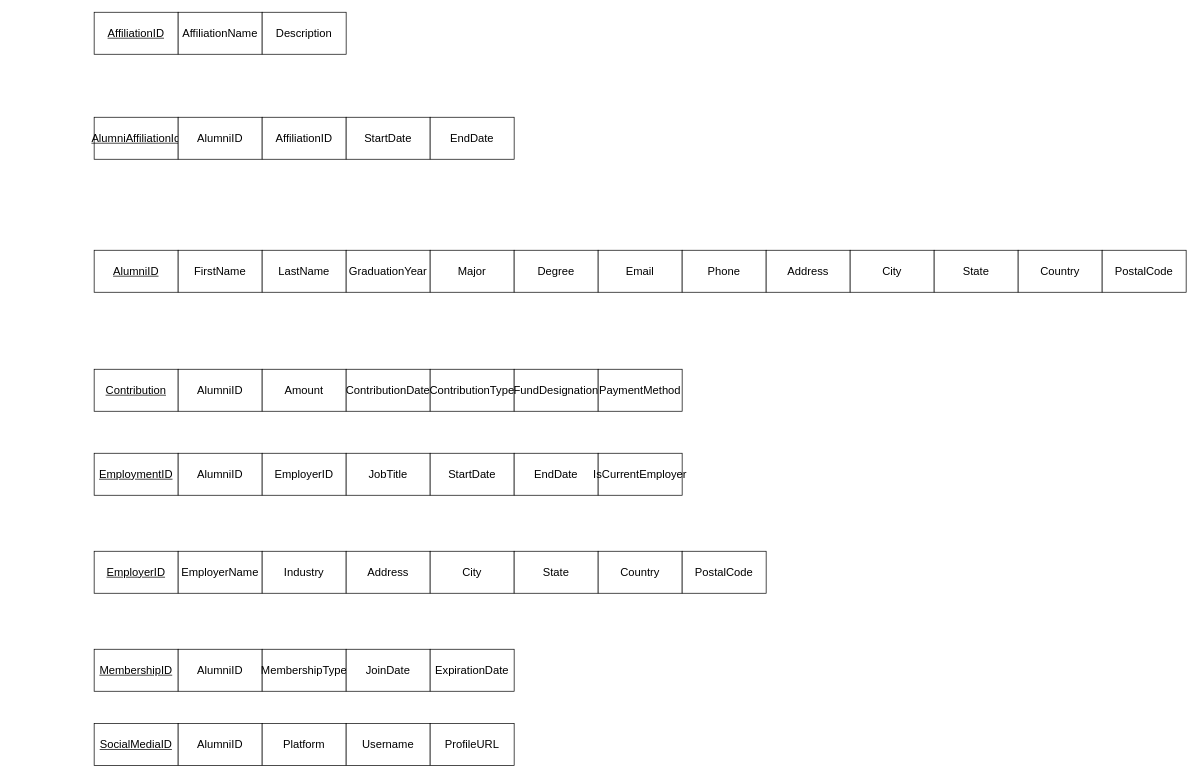
The draw.io diagram Untitled Diagram.drawio in tanneruzzell/Cadence, before the edit. Source tidied: cells renumbered, new cells numbered last; positions are measured from the earlier drawing's top-left corner, leaving out a move shared by most shapes. Both pictures are drawn from the tidied source at 70%, with x=0, y=0 at pixel (94, 12).
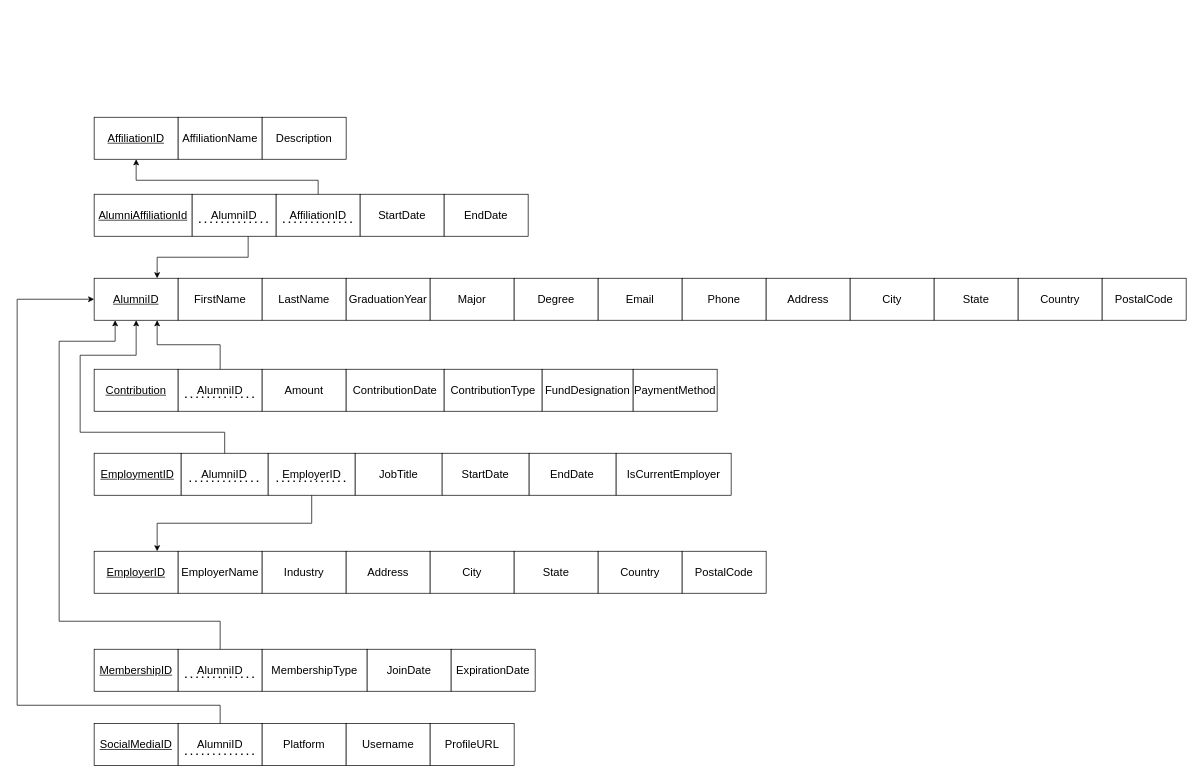
The same page after the edit.

The change refers to these unchanged cells:
```xml
<mxCell id="2" style="group;labelBackgroundColor=none;" parent="1" vertex="1">
  <mxGeometry y="1016" width="600" height="60" as="geometry" />
</mxCell>
<mxCell id="4" value="AlumniID" style="rounded=0;whiteSpace=wrap;html=1;fontSize=16;labelBackgroundColor=none;" parent="2" vertex="1">
  <mxGeometry x="120" width="120" height="60" as="geometry" />
</mxCell>
<mxCell id="8" style="group;labelBackgroundColor=none;" parent="1" vertex="1">
  <mxGeometry y="910" width="600" height="60" as="geometry" />
</mxCell>
<mxCell id="10" value="AlumniID" style="rounded=0;whiteSpace=wrap;html=1;fontSize=16;labelBackgroundColor=none;" parent="8" vertex="1">
  <mxGeometry x="120" width="120" height="60" as="geometry" />
</mxCell>
<mxCell id="15" value="&lt;u&gt;EmployerID&lt;/u&gt;" style="rounded=0;whiteSpace=wrap;html=1;fontSize=16;labelBackgroundColor=none;" parent="14" vertex="1">
  <mxGeometry width="120" height="60" as="geometry" />
</mxCell>
<mxCell id="31" style="group;labelBackgroundColor=none;" parent="1" vertex="1">
  <mxGeometry y="510" width="840" height="60" as="geometry" />
</mxCell>
<mxCell id="33" value="AlumniID" style="rounded=0;whiteSpace=wrap;html=1;fontSize=16;labelBackgroundColor=none;" parent="31" vertex="1">
  <mxGeometry x="120" width="120" height="60" as="geometry" />
</mxCell>
<mxCell id="40" value="&lt;u&gt;AlumniID&lt;/u&gt;" style="rounded=0;whiteSpace=wrap;html=1;fontSize=16;labelBackgroundColor=none;" parent="39" vertex="1">
  <mxGeometry width="120" height="60" as="geometry" />
</mxCell>
<mxCell id="60" value="&lt;u&gt;AffiliationID&lt;/u&gt;" style="rounded=0;whiteSpace=wrap;html=1;fontSize=16;labelBackgroundColor=none;" parent="59" vertex="1">
  <mxGeometry width="120" height="60" as="geometry" />
</mxCell>
```

The edit, as a diff of the source:
```diff
@@
+    <mxCell id="63" style="endArrow=none;dashed=1;html=1;dashPattern=1 3;strokeWidth=2;rounded=0;" parent="2" edge="1">
+      <mxGeometry relative="1" as="geometry">
+        <mxPoint x="130" y="44" as="sourcePoint" />
+        <mxPoint x="230" y="44" as="targetPoint" />
+      </mxGeometry>
+    </mxCell>
@@
     <mxCell id="11" value="MembershipType" style="rounded=0;whiteSpace=wrap;html=1;fontSize=16;labelBackgroundColor=none;" parent="8" vertex="1">
-      <mxGeometry x="240" width="120" height="60" as="geometry" />
+      <mxGeometry x="240" width="150" height="60" as="geometry" />
     </mxCell>
     <mxCell id="12" value="JoinDate" style="rounded=0;whiteSpace=wrap;html=1;fontSize=16;labelBackgroundColor=none;" parent="8" vertex="1">
-      <mxGeometry x="360" width="120" height="60" as="geometry" />
+      <mxGeometry x="390" width="120" height="60" as="geometry" />
     </mxCell>
     <mxCell id="13" value="ExpirationDate" style="rounded=0;whiteSpace=wrap;html=1;fontSize=16;labelBackgroundColor=none;" parent="8" vertex="1">
-      <mxGeometry x="480" width="120" height="60" as="geometry" />
+      <mxGeometry x="510" width="120" height="60" as="geometry" />
     </mxCell>
+    <mxCell id="64" style="endArrow=none;dashed=1;html=1;dashPattern=1 3;strokeWidth=2;rounded=0;" parent="8" edge="1">
+      <mxGeometry relative="1" as="geometry">
+        <mxPoint x="130" y="40" as="sourcePoint" />
+        <mxPoint x="230" y="40" as="targetPoint" />
+      </mxGeometry>
+    </mxCell>
@@
     <mxCell id="23" style="group;labelBackgroundColor=none;" parent="1" vertex="1">
-      <mxGeometry y="630" width="840" height="60" as="geometry" />
+      <mxGeometry y="630" width="910" height="60" as="geometry" />
     </mxCell>
     <mxCell id="24" value="&lt;u&gt;EmploymentID&lt;/u&gt;" style="rounded=0;whiteSpace=wrap;html=1;fontSize=16;labelBackgroundColor=none;" parent="23" vertex="1">
-      <mxGeometry width="120" height="60" as="geometry" />
+      <mxGeometry width="124.3" height="60" as="geometry" />
     </mxCell>
     <mxCell id="25" value="AlumniID" style="rounded=0;whiteSpace=wrap;html=1;fontSize=16;labelBackgroundColor=none;" parent="23" vertex="1">
-      <mxGeometry x="120" width="120" height="60" as="geometry" />
+      <mxGeometry x="124.3" width="124.3" height="60" as="geometry" />
     </mxCell>
     <mxCell id="26" value="EmployerID" style="rounded=0;whiteSpace=wrap;html=1;fontSize=16;labelBackgroundColor=none;" parent="23" vertex="1">
-      <mxGeometry x="240" width="120" height="60" as="geometry" />
+      <mxGeometry x="248.6" width="124.3" height="60" as="geometry" />
     </mxCell>
     <mxCell id="27" value="JobTitle" style="rounded=0;whiteSpace=wrap;html=1;fontSize=16;labelBackgroundColor=none;" parent="23" vertex="1">
-      <mxGeometry x="360" width="120" height="60" as="geometry" />
+      <mxGeometry x="372.9" width="124.3" height="60" as="geometry" />
     </mxCell>
     <mxCell id="28" value="StartDate" style="rounded=0;whiteSpace=wrap;html=1;fontSize=16;labelBackgroundColor=none;" parent="23" vertex="1">
-      <mxGeometry x="480" width="120" height="60" as="geometry" />
+      <mxGeometry x="497.1" width="124.3" height="60" as="geometry" />
     </mxCell>
     <mxCell id="29" value="EndDate" style="rounded=0;whiteSpace=wrap;html=1;fontSize=16;labelBackgroundColor=none;" parent="23" vertex="1">
-      <mxGeometry x="600" width="120" height="60" as="geometry" />
+      <mxGeometry x="621.4" width="124.3" height="60" as="geometry" />
     </mxCell>
     <mxCell id="30" value="IsCurrentEmployer" style="rounded=0;whiteSpace=wrap;html=1;fontSize=16;labelBackgroundColor=none;" parent="23" vertex="1">
-      <mxGeometry x="720" width="120" height="60" as="geometry" />
+      <mxGeometry x="745.7" width="164.3" height="60" as="geometry" />
     </mxCell>
+    <mxCell id="65" style="endArrow=none;dashed=1;html=1;dashPattern=1 3;strokeWidth=2;rounded=0;" parent="23" edge="1">
+      <mxGeometry relative="1" as="geometry">
+        <mxPoint x="136.4" y="40" as="sourcePoint" />
+        <mxPoint x="236.4" y="40" as="targetPoint" />
+      </mxGeometry>
+    </mxCell>
+    <mxCell id="66" style="endArrow=none;dashed=1;html=1;dashPattern=1 3;strokeWidth=2;rounded=0;" parent="23" edge="1">
+      <mxGeometry relative="1" as="geometry">
+        <mxPoint x="260.7" y="40" as="sourcePoint" />
+        <mxPoint x="360.7" y="40" as="targetPoint" />
+      </mxGeometry>
+    </mxCell>
@@
     <mxCell id="35" value="ContributionDate" style="rounded=0;whiteSpace=wrap;html=1;fontSize=16;labelBackgroundColor=none;" parent="31" vertex="1">
-      <mxGeometry x="360" width="120" height="60" as="geometry" />
+      <mxGeometry x="360" width="140" height="60" as="geometry" />
     </mxCell>
     <mxCell id="36" value="ContributionType" style="rounded=0;whiteSpace=wrap;html=1;fontSize=16;labelBackgroundColor=none;" parent="31" vertex="1">
-      <mxGeometry x="480" width="120" height="60" as="geometry" />
+      <mxGeometry x="500" width="140" height="60" as="geometry" />
     </mxCell>
     <mxCell id="37" value="FundDesignation" style="rounded=0;whiteSpace=wrap;html=1;fontSize=16;labelBackgroundColor=none;" parent="31" vertex="1">
-      <mxGeometry x="600" width="120" height="60" as="geometry" />
+      <mxGeometry x="640" width="130" height="60" as="geometry" />
     </mxCell>
     <mxCell id="38" value="PaymentMethod" style="rounded=0;whiteSpace=wrap;html=1;fontSize=16;labelBackgroundColor=none;" parent="31" vertex="1">
-      <mxGeometry x="720" width="120" height="60" as="geometry" />
+      <mxGeometry x="770" width="120" height="60" as="geometry" />
     </mxCell>
+    <mxCell id="67" style="endArrow=none;dashed=1;html=1;dashPattern=1 3;strokeWidth=2;rounded=0;" parent="31" edge="1">
+      <mxGeometry relative="1" as="geometry">
+        <mxPoint x="130" y="40" as="sourcePoint" />
+        <mxPoint x="230" y="40" as="targetPoint" />
+      </mxGeometry>
+    </mxCell>
     <mxCell id="39" style="group;labelBackgroundColor=none;" parent="1" vertex="1">
-      <mxGeometry y="340" width="1560" height="60" as="geometry" />
+      <mxGeometry y="380" width="1560" height="60" as="geometry" />
     </mxCell>
@@
     <mxCell id="53" style="group;labelBackgroundColor=none;" parent="1" vertex="1">
-      <mxGeometry y="150" width="600" height="60" as="geometry" />
+      <mxGeometry y="260" width="600" height="60" as="geometry" />
     </mxCell>
     <mxCell id="54" value="&lt;u&gt;AlumniAffiliationId&lt;/u&gt;" style="rounded=0;whiteSpace=wrap;html=1;fontSize=16;labelBackgroundColor=none;" parent="53" vertex="1">
-      <mxGeometry width="120" height="60" as="geometry" />
+      <mxGeometry width="140" height="60" as="geometry" />
     </mxCell>
     <mxCell id="55" value="AlumniID" style="rounded=0;whiteSpace=wrap;html=1;fontSize=16;labelBackgroundColor=none;" parent="53" vertex="1">
-      <mxGeometry x="120" width="120" height="60" as="geometry" />
+      <mxGeometry x="140" width="120" height="60" as="geometry" />
     </mxCell>
     <mxCell id="56" value="AffiliationID" style="rounded=0;whiteSpace=wrap;html=1;fontSize=16;labelBackgroundColor=none;" parent="53" vertex="1">
-      <mxGeometry x="240" width="120" height="60" as="geometry" />
+      <mxGeometry x="260" width="120" height="60" as="geometry" />
     </mxCell>
     <mxCell id="57" value="StartDate" style="rounded=0;whiteSpace=wrap;html=1;fontSize=16;labelBackgroundColor=none;" parent="53" vertex="1">
-      <mxGeometry x="360" width="120" height="60" as="geometry" />
+      <mxGeometry x="380" width="120" height="60" as="geometry" />
     </mxCell>
     <mxCell id="58" value="EndDate" style="rounded=0;whiteSpace=wrap;html=1;fontSize=16;labelBackgroundColor=none;" parent="53" vertex="1">
-      <mxGeometry x="480" width="120" height="60" as="geometry" />
+      <mxGeometry x="500" width="120" height="60" as="geometry" />
     </mxCell>
+    <mxCell id="68" style="endArrow=none;dashed=1;html=1;dashPattern=1 3;strokeWidth=2;rounded=0;" parent="53" edge="1">
+      <mxGeometry relative="1" as="geometry">
+        <mxPoint x="150" y="40" as="sourcePoint" />
+        <mxPoint x="250" y="40" as="targetPoint" />
+      </mxGeometry>
+    </mxCell>
+    <mxCell id="69" style="endArrow=none;dashed=1;html=1;dashPattern=1 3;strokeWidth=2;rounded=0;" parent="53" edge="1">
+      <mxGeometry relative="1" as="geometry">
+        <mxPoint x="270" y="40" as="sourcePoint" />
+        <mxPoint x="370" y="40" as="targetPoint" />
+      </mxGeometry>
+    </mxCell>
     <mxCell id="59" style="group;labelBackgroundColor=none;" parent="1" vertex="1">
-      <mxGeometry width="360" height="60" as="geometry" />
+      <mxGeometry y="150" width="360" height="60" as="geometry" />
     </mxCell>
@@
+    <mxCell id="70" style="edgeStyle=orthogonalEdgeStyle;rounded=0;jettySize=auto;html=1;entryX=0.5;entryY=1;entryDx=0;entryDy=0;" parent="1" edge="1" source="56" target="60">
+      <mxGeometry relative="1" as="geometry">
+        <Array as="points">
+          <mxPoint x="320" y="240" />
+          <mxPoint x="60" y="240" />
+        </Array>
+      </mxGeometry>
+    </mxCell>
+    <mxCell id="71" style="edgeStyle=orthogonalEdgeStyle;rounded=0;jettySize=auto;html=1;entryX=0.75;entryY=0;entryDx=0;entryDy=0;" parent="1" edge="1" source="55" target="40">
+      <mxGeometry relative="1" as="geometry">
+        <Array as="points">
+          <mxPoint x="220" y="350" />
+          <mxPoint x="90" y="350" />
+        </Array>
+      </mxGeometry>
+    </mxCell>
+    <mxCell id="72" style="edgeStyle=orthogonalEdgeStyle;rounded=0;jettySize=auto;html=1;entryX=0.75;entryY=1;entryDx=0;entryDy=0;" parent="1" edge="1" source="33" target="40">
+      <mxGeometry relative="1" as="geometry" />
+    </mxCell>
+    <mxCell id="73" style="edgeStyle=orthogonalEdgeStyle;rounded=0;jettySize=auto;html=1;entryX=0.5;entryY=1;entryDx=0;entryDy=0;" parent="1" edge="1" source="25" target="40">
+      <mxGeometry relative="1" as="geometry">
+        <Array as="points">
+          <mxPoint x="187" y="600" />
+          <mxPoint x="-20" y="600" />
+          <mxPoint x="-20" y="490" />
+          <mxPoint x="60" y="490" />
+        </Array>
+      </mxGeometry>
+    </mxCell>
+    <mxCell id="74" style="edgeStyle=orthogonalEdgeStyle;rounded=0;jettySize=auto;html=1;entryX=0.75;entryY=0;entryDx=0;entryDy=0;" parent="1" edge="1" source="26" target="15">
+      <mxGeometry relative="1" as="geometry">
+        <Array as="points">
+          <mxPoint x="311" y="730" />
+          <mxPoint x="90" y="730" />
+        </Array>
+      </mxGeometry>
+    </mxCell>
+    <mxCell id="75" style="edgeStyle=orthogonalEdgeStyle;rounded=0;jettySize=auto;html=1;entryX=0.25;entryY=1;entryDx=0;entryDy=0;" parent="1" edge="1" source="10" target="40">
+      <mxGeometry relative="1" as="geometry">
+        <Array as="points">
+          <mxPoint x="180" y="870" />
+          <mxPoint x="-50" y="870" />
+          <mxPoint x="-50" y="470" />
+          <mxPoint x="30" y="470" />
+        </Array>
+      </mxGeometry>
+    </mxCell>
+    <mxCell id="76" style="edgeStyle=orthogonalEdgeStyle;rounded=0;jettySize=auto;html=1;entryX=0;entryY=0.5;entryDx=0;entryDy=0;" parent="1" edge="1" source="4" target="40">
+      <mxGeometry relative="1" as="geometry">
+        <Array as="points">
+          <mxPoint x="180" y="990" />
+          <mxPoint x="-110" y="990" />
+          <mxPoint x="-110" y="410" />
+        </Array>
+      </mxGeometry>
+    </mxCell>
```
